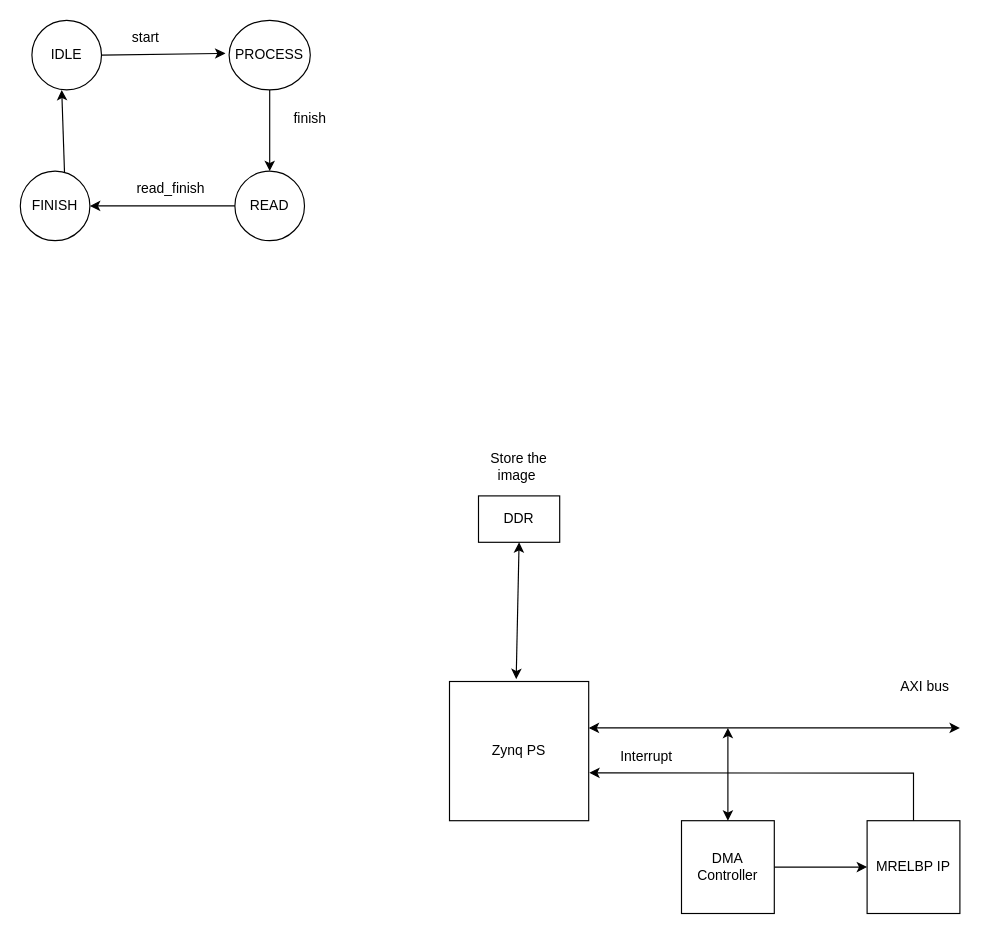
Earlier version of the draw.io diagram draw/SoC.drawio (Hieuueihm/Thesis). Source tidied: cells renumbered, new cells numbered last; positions are measured from the earlier drawing's top-left corner, leaving out a move shared by most shapes. Both pictures are drawn from the tidied source at 116%, with x=0, y=0 at pixel (20, 20).
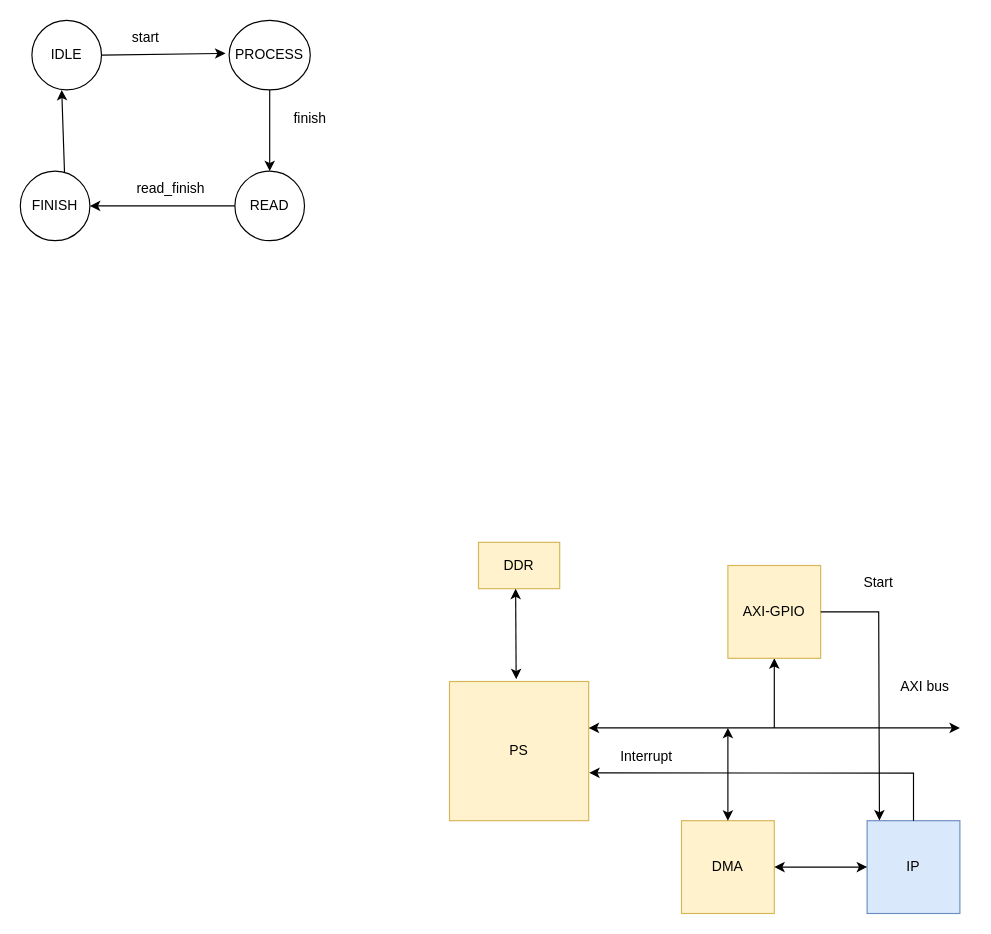
Above is the later version.

Change to the diagram source:
```diff
@@
-    <mxCell id="2" value="Zynq PS" style="whiteSpace=wrap;html=1;" parent="1" vertex="1">
+    <mxCell id="2" value="PS" style="whiteSpace=wrap;html=1;fillColor=#fff2cc;strokeColor=#d6b656;" parent="1" vertex="1">
       <mxGeometry x="370" y="570" width="120" height="120" as="geometry" />
     </mxCell>
-    <mxCell id="3" value="DDR" style="rounded=0;whiteSpace=wrap;html=1;" parent="1" vertex="1">
-      <mxGeometry x="395" y="410" width="70" height="40" as="geometry" />
+    <mxCell id="3" value="DDR" style="rounded=0;whiteSpace=wrap;html=1;fillColor=#fff2cc;strokeColor=#d6b656;" parent="1" vertex="1">
+      <mxGeometry x="395" y="450" width="70" height="40" as="geometry" />
     </mxCell>
-    <mxCell id="4" style="endArrow=classic;startArrow=classic;html=1;rounded=0;exitX=0.479;exitY=-0.017;exitDx=0;exitDy=0;exitPerimeter=0;entryX=0.5;entryY=1;entryDx=0;entryDy=0;" parent="1" edge="1" source="2" target="3">
-      <mxGeometry relative="1" as="geometry" />
+    <mxCell id="4" style="endArrow=classic;startArrow=classic;html=1;rounded=0;exitX=0.479;exitY=-0.017;exitDx=0;exitDy=0;exitPerimeter=0;" parent="1" edge="1" source="2">
+      <mxGeometry relative="1" as="geometry">
+        <mxPoint x="427" y="490" as="targetPoint" />
+      </mxGeometry>
     </mxCell>
-    <mxCell id="5" value="Store the image&amp;nbsp;" style="text;html=1;align=center;verticalAlign=middle;whiteSpace=wrap;rounded=0;" parent="1" vertex="1">
-      <mxGeometry x="400" y="370" width="60" height="30" as="geometry" />
-    </mxCell>
@@
-    <mxCell id="8" value="DMA Controller" style="rounded=0;whiteSpace=wrap;html=1;" parent="1" vertex="1">
+    <mxCell id="8" value="DMA" style="rounded=0;whiteSpace=wrap;html=1;fillColor=#fff2cc;strokeColor=#d6b656;" parent="1" vertex="1">
       <mxGeometry x="570" y="690" width="80" height="80" as="geometry" />
     </mxCell>
@@
-    <mxCell id="10" value="MRELBP IP" style="rounded=0;whiteSpace=wrap;html=1;" parent="1" vertex="1">
+    <mxCell id="10" value="IP" style="rounded=0;whiteSpace=wrap;html=1;fillColor=#dae8fc;strokeColor=#6c8ebf;" parent="1" vertex="1">
       <mxGeometry x="730" y="690" width="80" height="80" as="geometry" />
     </mxCell>
-    <mxCell id="11" style="endArrow=classic;html=1;rounded=0;exitX=1;exitY=0.5;exitDx=0;exitDy=0;entryX=0;entryY=0.5;entryDx=0;entryDy=0;" parent="1" edge="1" source="8" target="10">
-      <mxGeometry relative="1" as="geometry" />
-    </mxCell>
@@
+    <mxCell id="25" style="endArrow=classic;html=1;rounded=0;" parent="1" edge="1">
+      <mxGeometry relative="1" as="geometry">
+        <mxPoint x="650" y="610" as="sourcePoint" />
+        <mxPoint x="650" y="550" as="targetPoint" />
+      </mxGeometry>
+    </mxCell>
+    <mxCell id="26" value="AXI-GPIO" style="rounded=0;whiteSpace=wrap;html=1;fillColor=#fff2cc;strokeColor=#d6b656;" parent="1" vertex="1">
+      <mxGeometry x="610" y="470" width="80" height="80" as="geometry" />
+    </mxCell>
+    <mxCell id="27" style="endArrow=classic;html=1;rounded=0;exitX=1;exitY=0.5;exitDx=0;exitDy=0;entryX=0.133;entryY=-0.003;entryDx=0;entryDy=0;entryPerimeter=0;" parent="1" edge="1" source="26" target="10">
+      <mxGeometry relative="1" as="geometry">
+        <Array as="points">
+          <mxPoint x="740" y="510" />
+        </Array>
+      </mxGeometry>
+    </mxCell>
+    <mxCell id="28" value="Start" style="text;html=1;align=center;verticalAlign=middle;whiteSpace=wrap;rounded=0;" parent="1" vertex="1">
+      <mxGeometry x="710" y="470" width="60" height="30" as="geometry" />
+    </mxCell>
+    <mxCell id="11" style="endArrow=classic;startArrow=classic;html=1;rounded=0;exitX=1;exitY=0.5;exitDx=0;exitDy=0;entryX=0;entryY=0.5;entryDx=0;entryDy=0;" parent="1" edge="1" source="8" target="10">
+      <mxGeometry relative="1" as="geometry" />
+    </mxCell>
```
